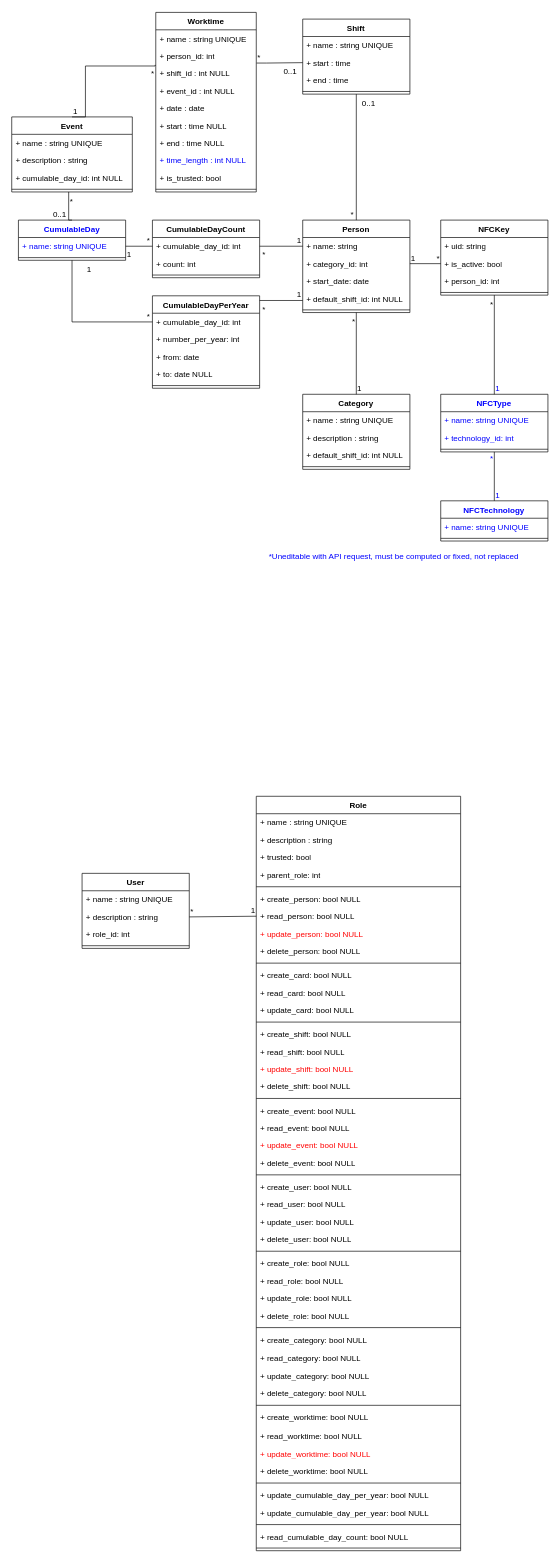
Above: TimeManagerMLD.drawio in FrShao/TimeManager (draw.io), before the change. Source tidied: cells renumbered, new cells numbered last; positions are measured from the earlier drawing's top-left corner, leaving out a move shared by most shapes. Both pictures are drawn from the tidied source at 67%, with x=0, y=0 at pixel (11, 12).
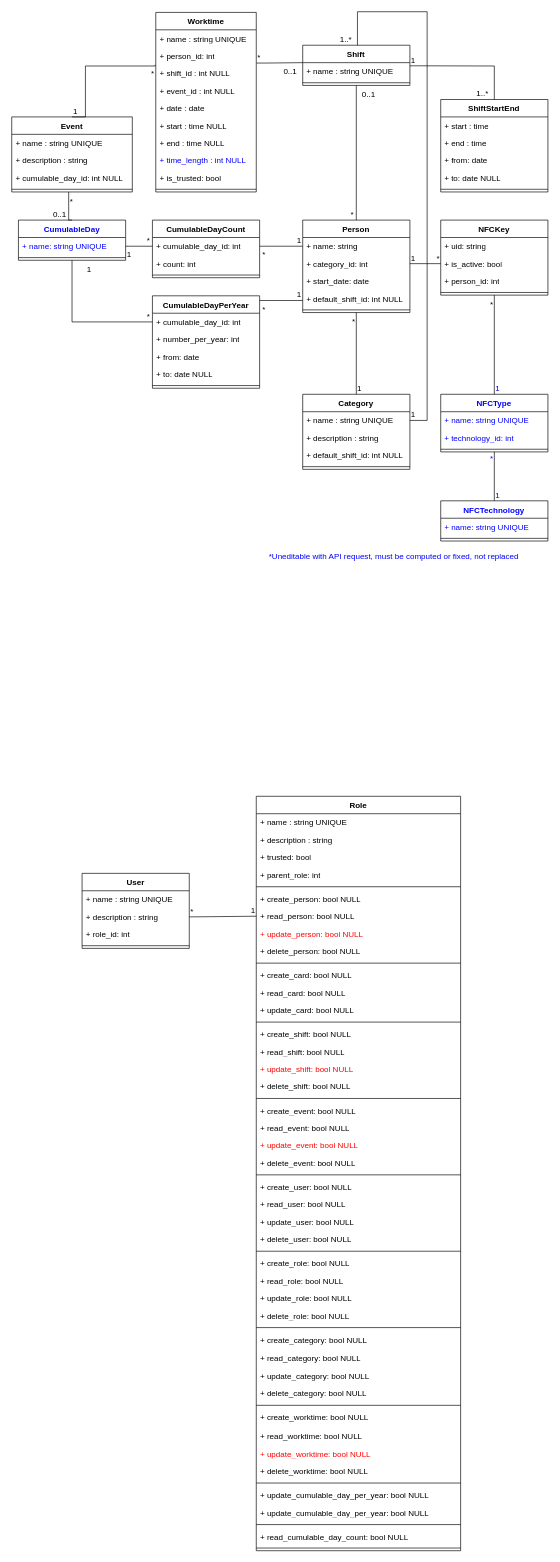
After the change.

Commit message (it also covers changes not shown here):
Mettre à jour TimeManagerMLD.drawio

Unchanged cells that the change refers to:
```xml
<mxCell id="64" value="+ name : string UNIQUE" style="text;strokeColor=none;fillColor=none;align=left;verticalAlign=top;spacingLeft=4;spacingRight=4;overflow=hidden;points=[[0,0.5],[1,0.5]];portConstraint=eastwest;whiteSpace=wrap;html=1;" parent="63" vertex="1">
  <mxGeometry y="26" width="160" height="26" as="geometry" />
</mxCell>
<mxCell id="70" value="+ person_id: int" style="text;strokeColor=none;fillColor=none;align=left;verticalAlign=top;spacingLeft=4;spacingRight=4;overflow=hidden;points=[[0,0.5],[1,0.5]];portConstraint=eastwest;whiteSpace=wrap;html=1;" parent="68" vertex="1">
  <mxGeometry y="52" width="150" height="26" as="geometry" />
</mxCell>
<mxCell id="80" value="+ name : string UNIQUE" style="text;strokeColor=none;fillColor=none;align=left;verticalAlign=top;spacingLeft=4;spacingRight=4;overflow=hidden;points=[[0,0.5],[1,0.5]];portConstraint=eastwest;whiteSpace=wrap;html=1;" parent="79" vertex="1">
  <mxGeometry y="26" width="160" height="26" as="geometry" />
</mxCell>
```

Diff of the diagram source:
```diff
@@
     <mxCell id="79" value="Shift" style="swimlane;fontStyle=1;align=center;verticalAlign=top;horizontal=1;startSize=26;whiteSpace=wrap;html=1;" parent="1" vertex="1">
-      <mxGeometry x="434.3" y="10" width="160" height="112" as="geometry" />
+      <mxGeometry x="434.3" y="49" width="160" height="60" as="geometry" />
     </mxCell>
@@
-    <mxCell id="81" value="+ start : time" style="text;strokeColor=none;fillColor=none;align=left;verticalAlign=top;spacingLeft=4;spacingRight=4;overflow=hidden;points=[[0,0.5],[1,0.5]];portConstraint=eastwest;whiteSpace=wrap;html=1;" parent="79" vertex="1">
-      <mxGeometry y="52" width="160" height="26" as="geometry" />
-    </mxCell>
-    <mxCell id="82" value="+ end : time" style="text;strokeColor=none;fillColor=none;align=left;verticalAlign=top;spacingLeft=4;spacingRight=4;overflow=hidden;whiteSpace=wrap;html=1;" parent="79" vertex="1">
-      <mxGeometry y="78" width="160" height="26" as="geometry" />
-    </mxCell>
     <mxCell id="83" style="line;strokeWidth=1;fillColor=none;align=left;verticalAlign=middle;spacingTop=-1;spacingLeft=3;spacingRight=3;labelPosition=right;strokeColor=inherit;" parent="79" vertex="1">
-      <mxGeometry y="104" width="160" height="8" as="geometry" />
+      <mxGeometry y="52" width="160" height="8" as="geometry" />
     </mxCell>
@@
-    <mxCell id="119" style="endArrow=none;html=1;rounded=0;entryX=0;entryY=0.5;entryDx=0;entryDy=0;edgeStyle=orthogonalEdgeStyle;exitX=1.003;exitY=0.908;exitDx=0;exitDy=0;exitPerimeter=0;" parent="1" edge="1" source="70" target="81">
+    <mxCell id="119" style="endArrow=none;html=1;rounded=0;entryX=0;entryY=0.5;entryDx=0;entryDy=0;edgeStyle=orthogonalEdgeStyle;exitX=1.003;exitY=0.908;exitDx=0;exitDy=0;exitPerimeter=0;" parent="1" edge="1" source="70">
       <mxGeometry relative="1" as="geometry">
+        <mxPoint x="434.3" y="75" as="targetPoint" />
         <Array as="points">
           <mxPoint x="380" y="76" />
         </Array>
       </mxGeometry>
     </mxCell>
@@
+    <mxCell id="154" value="ShiftStartEnd" style="swimlane;fontStyle=1;align=center;verticalAlign=top;horizontal=1;startSize=26;whiteSpace=wrap;html=1;" parent="1" vertex="1">
+      <mxGeometry x="640.3" y="130" width="160" height="138" as="geometry" />
+    </mxCell>
+    <mxCell id="81" value="+ start : time" style="text;strokeColor=none;fillColor=none;align=left;verticalAlign=top;spacingLeft=4;spacingRight=4;overflow=hidden;points=[[0,0.5],[1,0.5]];portConstraint=eastwest;whiteSpace=wrap;html=1;" parent="154" vertex="1">
+      <mxGeometry y="26" width="160" height="26" as="geometry" />
+    </mxCell>
+    <mxCell id="82" value="+ end : time" style="text;strokeColor=none;fillColor=none;align=left;verticalAlign=top;spacingLeft=4;spacingRight=4;overflow=hidden;whiteSpace=wrap;html=1;" parent="154" vertex="1">
+      <mxGeometry y="52" width="160" height="26" as="geometry" />
+    </mxCell>
+    <mxCell id="155" value="+ from: date" style="text;strokeColor=none;fillColor=none;align=left;verticalAlign=top;spacingLeft=4;spacingRight=4;overflow=hidden;whiteSpace=wrap;html=1;" parent="154" vertex="1">
+      <mxGeometry y="78" width="160" height="26" as="geometry" />
+    </mxCell>
+    <mxCell id="156" value="+ to: date NULL" style="text;strokeColor=none;fillColor=none;align=left;verticalAlign=top;spacingLeft=4;spacingRight=4;overflow=hidden;whiteSpace=wrap;html=1;" parent="154" vertex="1">
+      <mxGeometry y="104" width="160" height="26" as="geometry" />
+    </mxCell>
+    <mxCell id="157" style="line;strokeWidth=1;fillColor=none;align=left;verticalAlign=middle;spacingTop=-1;spacingLeft=3;spacingRight=3;labelPosition=right;strokeColor=inherit;" parent="154" vertex="1">
+      <mxGeometry y="130" width="160" height="8" as="geometry" />
+    </mxCell>
+    <mxCell id="158" style="endArrow=none;html=1;rounded=0;entryX=0.5;entryY=0;entryDx=0;entryDy=0;edgeStyle=orthogonalEdgeStyle;exitX=1.001;exitY=0.182;exitDx=0;exitDy=0;exitPerimeter=0;" parent="1" edge="1" source="80" target="154">
+      <mxGeometry relative="1" as="geometry">
+        <Array as="points">
+          <mxPoint x="600" y="80" />
+          <mxPoint x="720" y="80" />
+        </Array>
+      </mxGeometry>
+    </mxCell>
+    <mxCell id="159" value="1" style="html=1;whiteSpace=wrap;align=left;verticalAlign=bottom;" parent="158" vertex="1">
+      <mxGeometry x="-1" relative="1" as="geometry" />
+    </mxCell>
+    <mxCell id="160" value="1..*" style="html=1;whiteSpace=wrap;align=right;verticalAlign=bottom;" parent="158" vertex="1">
+      <mxGeometry x="1" relative="1" as="geometry">
+        <mxPoint x="-7" as="offset" />
+      </mxGeometry>
+    </mxCell>
+    <mxCell id="161" style="endArrow=none;html=1;rounded=0;entryX=0.5;entryY=0;entryDx=0;entryDy=0;edgeStyle=orthogonalEdgeStyle;exitX=1;exitY=0.5;exitDx=0;exitDy=0;" parent="1" edge="1" source="64">
+      <mxGeometry relative="1" as="geometry">
+        <mxPoint x="516" y="49" as="targetPoint" />
+        <Array as="points">
+          <mxPoint x="620" y="609" />
+          <mxPoint x="620" y="-1" />
+          <mxPoint x="516" y="-1" />
+        </Array>
+      </mxGeometry>
+    </mxCell>
+    <mxCell id="162" value="1" style="html=1;whiteSpace=wrap;align=left;verticalAlign=bottom;" parent="161" vertex="1">
+      <mxGeometry x="-1" relative="1" as="geometry" />
+    </mxCell>
+    <mxCell id="163" value="1..*" style="html=1;whiteSpace=wrap;align=right;verticalAlign=bottom;" parent="161" vertex="1">
+      <mxGeometry x="1" relative="1" as="geometry">
+        <mxPoint x="-7" as="offset" />
+      </mxGeometry>
+    </mxCell>
```
